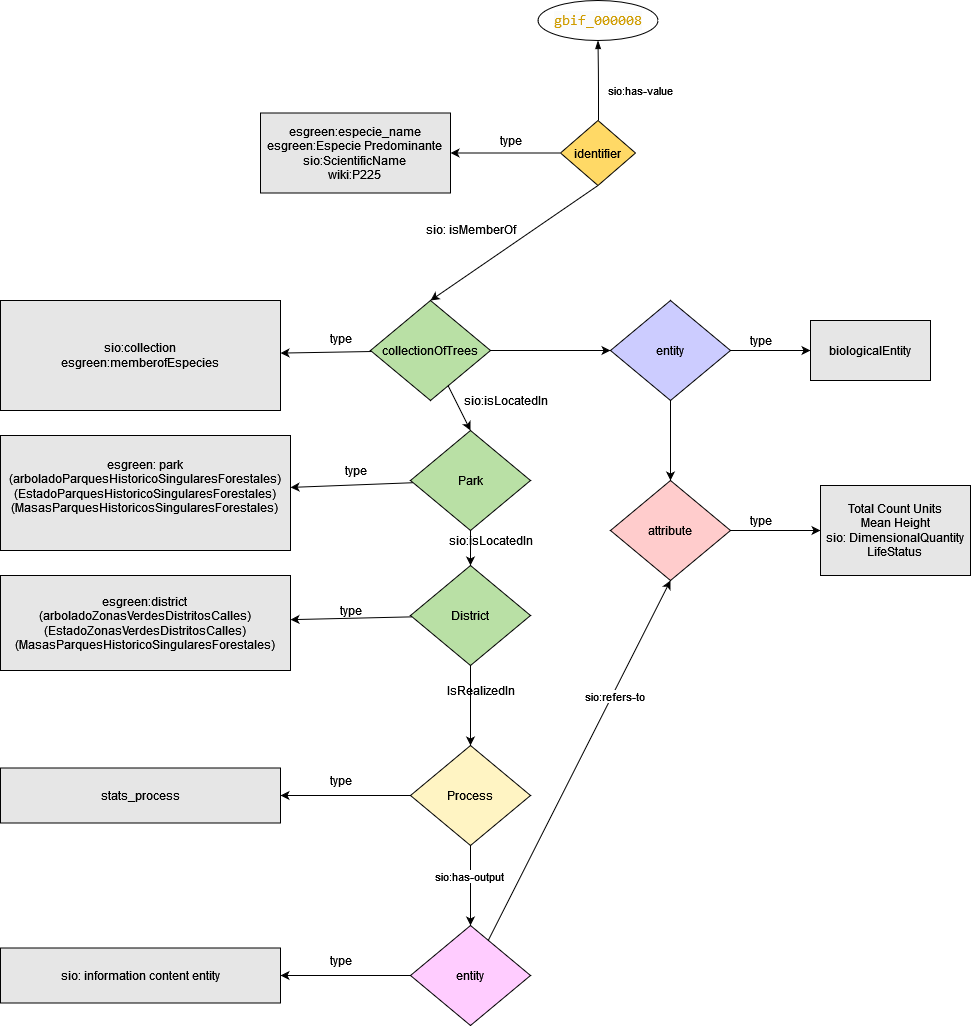
Earlier version of the draw.io export images/diagram-complex2.png (carlosug/esgreen-kg). Source tidied: cells renumbered, new cells last; positions are measured from the earlier drawing's top-left corner, leaving out a move shared by most shapes. Source of this version:
```xml
<mxGraphModel>
  <root>
    <mxCell id="0" />
    <mxCell id="1" parent="0" />
    <mxCell id="2" value="&lt;div align=&quot;center&quot;&gt;esgreen:especie_name&lt;/div&gt;&lt;div align=&quot;center&quot;&gt;esgreen:Especie Predominante&lt;br&gt;&lt;/div&gt;&lt;div align=&quot;center&quot;&gt;sio:ScientificName&lt;br&gt;&lt;/div&gt;&lt;div align=&quot;center&quot;&gt;wiki:P225&lt;/div&gt;" style="rounded=0;whiteSpace=wrap;html=1;align=center;fillColor=#E6E6E6;" parent="1" vertex="1">
      <mxGeometry x="260" y="112.5" width="190" height="80" as="geometry" />
    </mxCell>
    <mxCell id="3" style="edgeStyle=orthogonalEdgeStyle;rounded=0;jettySize=auto;html=1;" parent="1" edge="1" source="5" target="2">
      <mxGeometry relative="1" as="geometry" />
    </mxCell>
    <mxCell id="4" style="rounded=0;jettySize=auto;html=1;exitX=0.5;exitY=1;exitDx=0;exitDy=0;entryX=0.5;entryY=0;entryDx=0;entryDy=0;" parent="1" edge="1" source="5" target="12">
      <mxGeometry relative="1" as="geometry" />
    </mxCell>
    <object id="5" label="identifier" name="distrito_" placeholders="1" rdf_type="NA" sio_HasValue="NA" sio_IsRealizedIn="NA" sio_contains="NA" sio_denotes="NA" sio_equivalentTo="NA" sio_hasAttribute="NA" sio_hasMember="NA" sio_hasOutput="NA" sio_hasUnit="NA" sio_hasValue="NA" sio_isLocatedIn="NA" sio_isPartOf="NA" sio_label="NA" sio_refersTo="NA" sio_similarTo="NA">
      <mxCell style="shape=rhombus;fillColor=#FFD966;strokeColor=#000000;" parent="1" vertex="1">
        <mxGeometry x="560" y="120" width="75" height="65" as="geometry" />
      </mxCell>
    </object>
    <mxCell id="6" value="sio:has-value" style="curved=0;endArrow=blockThin;endFill=1;" parent="1" edge="1" target="7">
      <mxGeometry x="-0.25" y="-42" relative="1" as="geometry">
        <mxPoint x="598" y="120" as="sourcePoint" />
        <Array as="points">
          <mxPoint x="598" y="120" />
          <mxPoint x="598" y="80" />
        </Array>
      </mxGeometry>
    </mxCell>
    <mxCell id="7" value="&lt;div style=&quot;color: rgb(86 , 88 , 105) ; background-color: rgb(250 , 251 , 252) ; font-family: &amp;#34;consolas&amp;#34; , &amp;#34;courier new&amp;#34; , monospace ; font-weight: normal ; font-size: 14px ; line-height: 19px&quot;&gt;&lt;div&gt;&lt;span style=&quot;color: #cf9c00&quot;&gt;gbif_000008&lt;/span&gt;&lt;/div&gt;&lt;/div&gt;" style="ellipse;whiteSpace=wrap;html=1;fillColor=#FFFFFF;" parent="1" vertex="1">
      <mxGeometry x="537.5" width="120" height="40" as="geometry" />
    </mxCell>
    <mxCell id="8" value="type" style="text;html=1;align=center;verticalAlign=middle;strokeColor=none;fillColor=none;" parent="1" vertex="1">
      <mxGeometry x="490" y="130" width="40" height="20" as="geometry" />
    </mxCell>
    <mxCell id="9" style="edgeStyle=orthogonalEdgeStyle;rounded=0;jettySize=auto;html=1;" parent="1" edge="1" source="12" target="18">
      <mxGeometry relative="1" as="geometry" />
    </mxCell>
    <mxCell id="10" style="rounded=0;jettySize=auto;html=1;entryX=0.5;entryY=0;entryDx=0;entryDy=0;" parent="1" edge="1" source="12" target="25">
      <mxGeometry relative="1" as="geometry" />
    </mxCell>
    <mxCell id="11" style="edgeStyle=none;rounded=0;jettySize=auto;html=1;" parent="1" edge="1" source="12" target="13">
      <mxGeometry relative="1" as="geometry" />
    </mxCell>
    <mxCell id="12" value="collectionOfTrees" style="rhombus;whiteSpace=wrap;html=1;fillColor=#B9E0A5;align=center;" parent="1" vertex="1">
      <mxGeometry x="370" y="300" width="120" height="100" as="geometry" />
    </mxCell>
    <mxCell id="13" value="&lt;div&gt;sio:collection&lt;/div&gt;&lt;div&gt;esgreen:memberofEspecies&lt;br&gt;&lt;/div&gt;" style="rounded=0;whiteSpace=wrap;html=1;align=center;fillColor=#E6E6E6;" parent="1" vertex="1">
      <mxGeometry y="300" width="280" height="110" as="geometry" />
    </mxCell>
    <mxCell id="14" value="type" style="text;html=1;align=center;verticalAlign=middle;strokeColor=none;fillColor=none;" parent="1" vertex="1">
      <mxGeometry x="320" y="327.5" width="40" height="20" as="geometry" />
    </mxCell>
    <mxCell id="15" value="sio: isMemberOf&lt;code&gt;&lt;/code&gt;" style="text;html=1;align=center;verticalAlign=middle;strokeColor=none;fillColor=none;" parent="1" vertex="1">
      <mxGeometry x="415" y="220" width="110" height="20" as="geometry" />
    </mxCell>
    <mxCell id="16" style="edgeStyle=orthogonalEdgeStyle;rounded=0;jettySize=auto;html=1;" parent="1" edge="1" source="18" target="19">
      <mxGeometry relative="1" as="geometry" />
    </mxCell>
    <mxCell id="17" style="edgeStyle=orthogonalEdgeStyle;rounded=0;jettySize=auto;html=1;" parent="1" edge="1" source="18" target="21">
      <mxGeometry relative="1" as="geometry" />
    </mxCell>
    <mxCell id="18" value="entity" style="rhombus;whiteSpace=wrap;html=1;fillColor=#CCCCFF;align=center;" parent="1" vertex="1">
      <mxGeometry x="610" y="300" width="120" height="100" as="geometry" />
    </mxCell>
    <mxCell id="19" value="biologicalEntity" style="whiteSpace=wrap;html=1;fillColor=#E6E6E6;" parent="1" vertex="1">
      <mxGeometry x="810" y="320" width="120" height="60" as="geometry" />
    </mxCell>
    <mxCell id="20" style="edgeStyle=orthogonalEdgeStyle;rounded=0;jettySize=auto;html=1;" parent="1" edge="1" source="21" target="22">
      <mxGeometry relative="1" as="geometry" />
    </mxCell>
    <mxCell id="21" value="attribute" style="rhombus;whiteSpace=wrap;html=1;fillColor=#FFCCCC;align=center;" parent="1" vertex="1">
      <mxGeometry x="610" y="480" width="120" height="100" as="geometry" />
    </mxCell>
    <mxCell id="22" value="&lt;div&gt;Total Count Units&lt;br&gt;&lt;/div&gt;&lt;div&gt;Mean Height&lt;/div&gt;&lt;div&gt;sio: DimensionalQuantity&lt;/div&gt;&lt;div&gt;LifeStatus&lt;br&gt;&lt;/div&gt;" style="whiteSpace=wrap;html=1;fillColor=#E6E6E6;" parent="1" vertex="1">
      <mxGeometry x="820" y="485" width="150" height="90" as="geometry" />
    </mxCell>
    <mxCell id="23" style="edgeStyle=orthogonalEdgeStyle;rounded=0;jettySize=auto;html=1;" parent="1" edge="1" source="25" target="28">
      <mxGeometry relative="1" as="geometry" />
    </mxCell>
    <mxCell id="24" style="edgeStyle=none;rounded=0;jettySize=auto;html=1;" parent="1" edge="1" source="25" target="38">
      <mxGeometry relative="1" as="geometry" />
    </mxCell>
    <mxCell id="25" value="Park" style="rhombus;whiteSpace=wrap;html=1;fillColor=#B9E0A5;align=center;" parent="1" vertex="1">
      <mxGeometry x="410" y="430" width="120" height="100" as="geometry" />
    </mxCell>
    <mxCell id="26" style="edgeStyle=orthogonalEdgeStyle;rounded=0;jettySize=auto;html=1;" parent="1" edge="1" source="28" target="32">
      <mxGeometry relative="1" as="geometry" />
    </mxCell>
    <mxCell id="27" style="edgeStyle=none;rounded=0;jettySize=auto;html=1;" parent="1" edge="1" source="28" target="39">
      <mxGeometry relative="1" as="geometry" />
    </mxCell>
    <mxCell id="28" value="District" style="rhombus;whiteSpace=wrap;html=1;fillColor=#B9E0A5;align=center;" parent="1" vertex="1">
      <mxGeometry x="410" y="565" width="120" height="100" as="geometry" />
    </mxCell>
    <mxCell id="29" style="edgeStyle=orthogonalEdgeStyle;rounded=0;jettySize=auto;html=1;" parent="1" edge="1" source="32" target="33">
      <mxGeometry relative="1" as="geometry" />
    </mxCell>
    <mxCell id="30" style="edgeStyle=orthogonalEdgeStyle;rounded=0;jettySize=auto;html=1;" parent="1" edge="1" source="32" target="37">
      <mxGeometry relative="1" as="geometry" />
    </mxCell>
    <mxCell id="31" value="sio:has-output" style="edgeLabel;html=1;align=center;verticalAlign=middle;" parent="30" vertex="1">
      <mxGeometry x="-0.25" y="-2" relative="1" as="geometry" />
    </mxCell>
    <mxCell id="32" value="Process" style="rhombus;whiteSpace=wrap;html=1;fillColor=#FFF4C3;align=center;" parent="1" vertex="1">
      <mxGeometry x="410" y="745" width="120" height="100" as="geometry" />
    </mxCell>
    <mxCell id="33" value="stats_process" style="whiteSpace=wrap;html=1;fillColor=#E6E6E6;" parent="1" vertex="1">
      <mxGeometry y="767.5" width="280" height="55" as="geometry" />
    </mxCell>
    <mxCell id="34" style="rounded=0;jettySize=auto;html=1;entryX=0.5;entryY=1;entryDx=0;entryDy=0;" parent="1" edge="1" source="37" target="21">
      <mxGeometry relative="1" as="geometry" />
    </mxCell>
    <mxCell id="35" value="sio:refers-to" style="edgeLabel;html=1;align=center;verticalAlign=middle;" parent="34" vertex="1">
      <mxGeometry x="0.37" y="-2" relative="1" as="geometry" />
    </mxCell>
    <mxCell id="36" style="edgeStyle=none;rounded=0;jettySize=auto;html=1;" parent="1" edge="1" source="37" target="42">
      <mxGeometry relative="1" as="geometry" />
    </mxCell>
    <mxCell id="37" value="entity" style="rhombus;whiteSpace=wrap;html=1;fillColor=#FFCCFF;align=center;" parent="1" vertex="1">
      <mxGeometry x="410" y="925" width="120" height="100" as="geometry" />
    </mxCell>
    <mxCell id="38" value="&lt;div&gt;esgreen: park (arboladoParquesHistoricoSingularesForestales)&lt;/div&gt;&lt;div&gt;(EstadoParquesHistoricoSingularesForestales)&lt;/div&gt;&lt;div&gt;(MasasParquesHistoricosSingularesForestales)&lt;br&gt;&lt;/div&gt;&lt;div&gt;&lt;br&gt;&lt;/div&gt;" style="whiteSpace=wrap;html=1;fillColor=#E6E6E6;" parent="1" vertex="1">
      <mxGeometry y="435" width="290" height="115" as="geometry" />
    </mxCell>
    <mxCell id="39" value="&lt;div&gt;esgreen:district&lt;/div&gt;&lt;div&gt;(arboladoZonasVerdesDistritosCalles)&lt;/div&gt;&lt;div&gt;(EstadoZonasVerdesDistritosCalles)&lt;/div&gt;&lt;div&gt;(MasasParquesHistoricoSingularesForestales)&lt;br&gt;&lt;/div&gt;" style="whiteSpace=wrap;html=1;fillColor=#E6E6E6;" parent="1" vertex="1">
      <mxGeometry y="575" width="290" height="95" as="geometry" />
    </mxCell>
    <mxCell id="40" value="type" style="text;html=1;align=center;verticalAlign=middle;strokeColor=none;fillColor=none;" parent="1" vertex="1">
      <mxGeometry x="740" y="330" width="40" height="20" as="geometry" />
    </mxCell>
    <mxCell id="41" value="type" style="text;html=1;align=center;verticalAlign=middle;strokeColor=none;fillColor=none;" parent="1" vertex="1">
      <mxGeometry x="740" y="510" width="40" height="20" as="geometry" />
    </mxCell>
    <mxCell id="42" value="sio: information content entity" style="whiteSpace=wrap;html=1;fillColor=#E6E6E6;" parent="1" vertex="1">
      <mxGeometry y="947.5" width="280" height="55" as="geometry" />
    </mxCell>
    <mxCell id="43" value="type" style="text;html=1;align=center;verticalAlign=middle;strokeColor=none;fillColor=none;" parent="1" vertex="1">
      <mxGeometry x="335" y="460" width="40" height="20" as="geometry" />
    </mxCell>
    <mxCell id="44" value="&lt;div&gt;type&lt;/div&gt;" style="text;html=1;align=center;verticalAlign=middle;strokeColor=none;fillColor=none;" parent="1" vertex="1">
      <mxGeometry x="330" y="600" width="40" height="20" as="geometry" />
    </mxCell>
    <mxCell id="45" value="type" style="text;html=1;align=center;verticalAlign=middle;strokeColor=none;fillColor=none;" parent="1" vertex="1">
      <mxGeometry x="320" y="770" width="40" height="20" as="geometry" />
    </mxCell>
    <mxCell id="46" value="type" style="text;html=1;align=center;verticalAlign=middle;strokeColor=none;fillColor=none;" parent="1" vertex="1">
      <mxGeometry x="320" y="950" width="40" height="20" as="geometry" />
    </mxCell>
    <mxCell id="47" value="sio:isLocatedIn" style="text;html=1;align=center;verticalAlign=middle;strokeColor=none;fillColor=none;" parent="1" vertex="1">
      <mxGeometry x="455" y="390" width="100" height="20" as="geometry" />
    </mxCell>
    <mxCell id="48" value="sio:isLocatedIn" style="text;html=1;align=center;verticalAlign=middle;strokeColor=none;fillColor=none;" parent="1" vertex="1">
      <mxGeometry x="440" y="530" width="100" height="20" as="geometry" />
    </mxCell>
    <mxCell id="49" value="IsRealizedIn" style="text;html=1;align=center;verticalAlign=middle;strokeColor=none;fillColor=none;" parent="1" vertex="1">
      <mxGeometry x="440" y="680" width="80" height="20" as="geometry" />
    </mxCell>
  </root>
</mxGraphModel>
```
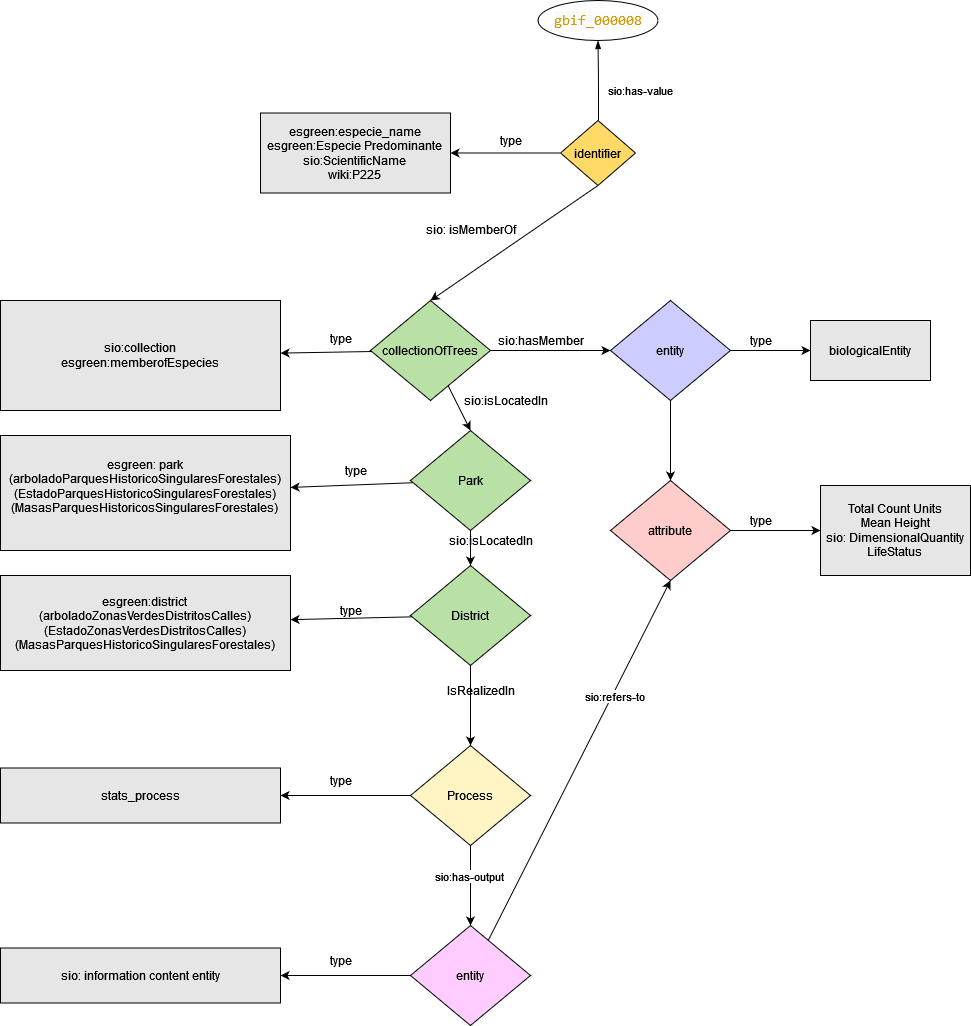
Later version of the same file.

Commit message:
added upper diagram

The edit, as a diff of the source:
```diff
@@ -154,5 +154,8 @@
     <mxCell id="49" value="IsRealizedIn" style="text;html=1;align=center;verticalAlign=middle;strokeColor=none;fillColor=none;" parent="1" vertex="1">
       <mxGeometry x="440" y="680" width="80" height="20" as="geometry" />
     </mxCell>
+    <mxCell id="50" value="sio:hasMember" style="text;html=1;align=center;verticalAlign=middle;strokeColor=none;fillColor=none;" parent="1" vertex="1">
+      <mxGeometry x="490" y="330" width="100" height="20" as="geometry" />
+    </mxCell>
   </root>
 </mxGraphModel>
```
